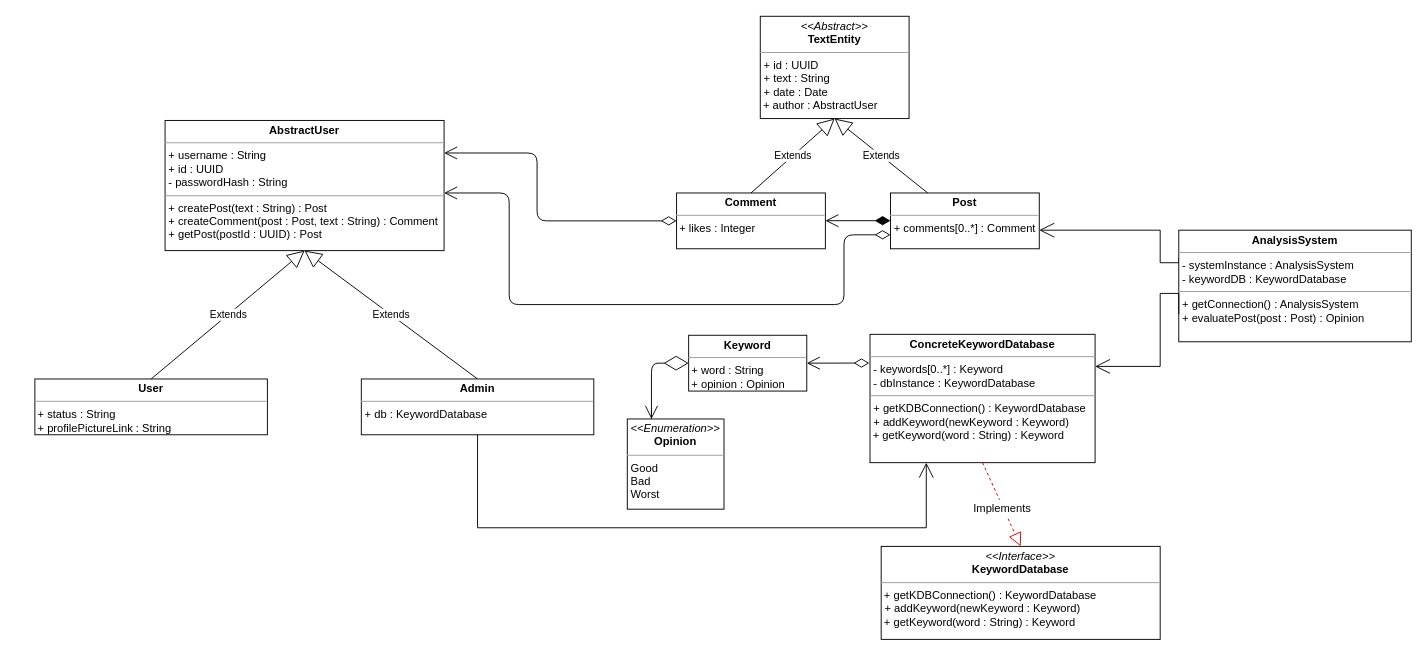
Above: assignment1/uml/assignment1.drawio in ar7ch/iu-ssad (draw.io), before the change. Source tidied: cells renumbered, new cells numbered last; positions are measured from the earlier drawing's top-left corner, leaving out a move shared by most shapes. Both pictures are drawn from the tidied source at 93%, with x=0, y=0 at pixel (34, 16).
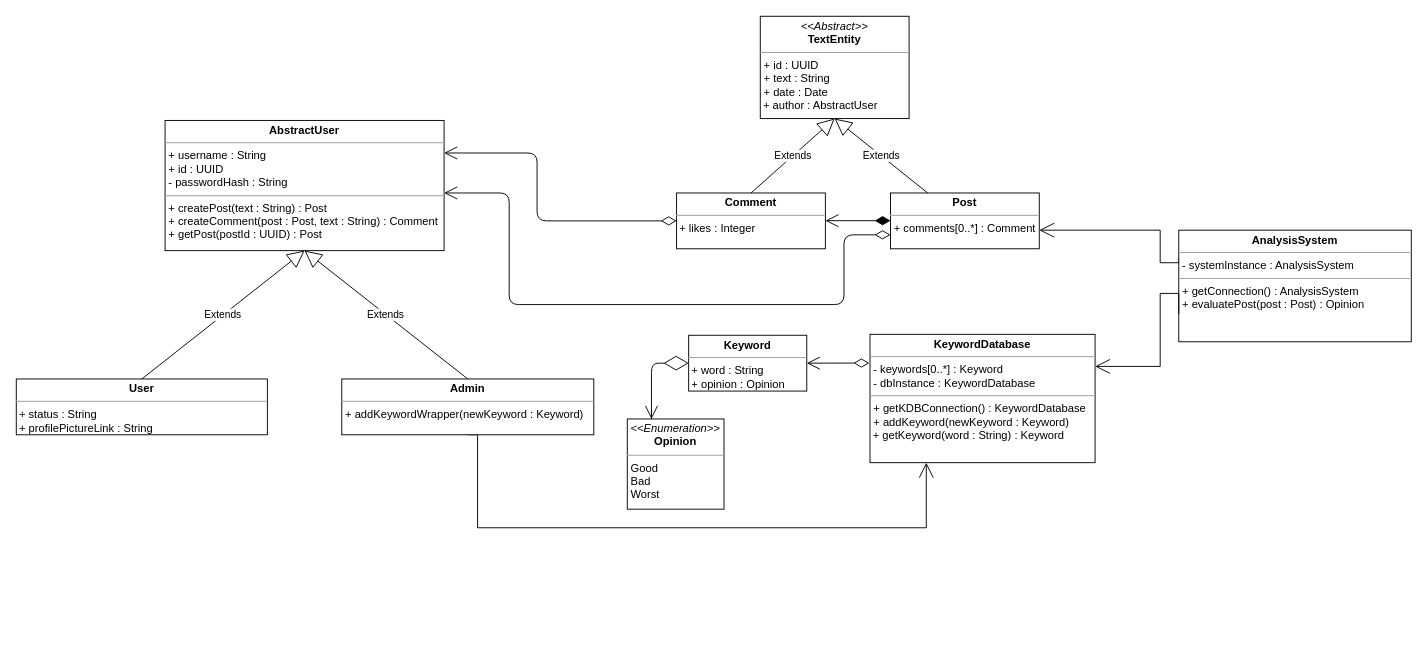
The same diagram, later.

Commit message (it also covers changes not shown here):
fix uml diagram

What changed in the source:
```diff
@@
     <mxCell id="4" value="&lt;p style=&quot;margin: 0px ; margin-top: 4px ; text-align: center&quot;&gt;&lt;b&gt;User&lt;/b&gt;&lt;/p&gt;&lt;hr size=&quot;1&quot;&gt;&lt;div&gt;&amp;nbsp;+ status : String&lt;/div&gt;&lt;div&gt;&amp;nbsp;+ profilePictureLink : String&lt;br&gt;&lt;/div&gt;&lt;p style=&quot;margin: 0px ; margin-left: 4px&quot;&gt;&lt;br&gt;&lt;/p&gt;" style="verticalAlign=top;align=left;overflow=fill;fontSize=12;fontFamily=Helvetica;html=1;hachureGap=4;" parent="1" vertex="1">
-      <mxGeometry y="390" width="250" height="60" as="geometry" />
+      <mxGeometry x="-20" y="390" width="270" height="60" as="geometry" />
     </mxCell>
-    <mxCell id="5" value="&lt;p style=&quot;margin: 0px ; margin-top: 4px ; text-align: center&quot;&gt;&lt;b&gt;ConcreteKeywordDatabase&lt;/b&gt;&lt;br&gt;&lt;/p&gt;&lt;hr size=&quot;1&quot;&gt;&lt;p style=&quot;margin: 0px ; margin-left: 4px&quot;&gt;- keywords[0..*] : Keyword&lt;br&gt;&lt;/p&gt;&lt;p style=&quot;margin: 0px ; margin-left: 4px&quot;&gt;- dbInstance : KeywordDatabase&lt;br&gt;&lt;/p&gt;&lt;hr size=&quot;1&quot;&gt;&lt;p style=&quot;margin: 0px ; margin-left: 4px&quot;&gt;+ getKDBConnection() : KeywordDatabase&lt;br&gt;&lt;/p&gt;&lt;p style=&quot;margin: 0px ; margin-left: 4px&quot;&gt;+ addKeyword(newKeyword : Keyword)&lt;/p&gt;&lt;div&gt;&amp;nbsp;+ getKeyword(word : String) : Keyword&lt;br&gt;&lt;/div&gt;" style="verticalAlign=top;align=left;overflow=fill;fontSize=12;fontFamily=Helvetica;html=1;hachureGap=4;" parent="1" vertex="1">
+    <mxCell id="5" value="&lt;p style=&quot;margin: 0px ; margin-top: 4px ; text-align: center&quot;&gt;&lt;b&gt;KeywordDatabase&lt;/b&gt;&lt;br&gt;&lt;/p&gt;&lt;hr size=&quot;1&quot;&gt;&lt;p style=&quot;margin: 0px ; margin-left: 4px&quot;&gt;- keywords[0..*] : Keyword&lt;br&gt;&lt;/p&gt;&lt;p style=&quot;margin: 0px ; margin-left: 4px&quot;&gt;- dbInstance : KeywordDatabase&lt;br&gt;&lt;/p&gt;&lt;hr size=&quot;1&quot;&gt;&lt;p style=&quot;margin: 0px ; margin-left: 4px&quot;&gt;+ getKDBConnection() : KeywordDatabase&lt;br&gt;&lt;/p&gt;&lt;p style=&quot;margin: 0px ; margin-left: 4px&quot;&gt;+ addKeyword(newKeyword : Keyword)&lt;/p&gt;&lt;div&gt;&amp;nbsp;+ getKeyword(word : String) : Keyword&lt;br&gt;&lt;/div&gt;" style="verticalAlign=top;align=left;overflow=fill;fontSize=12;fontFamily=Helvetica;html=1;hachureGap=4;" parent="1" vertex="1">
       <mxGeometry x="898" y="342" width="242" height="138" as="geometry" />
     </mxCell>
@@
-    <mxCell id="10" value="&lt;p style=&quot;margin: 0px ; margin-top: 4px ; text-align: center&quot;&gt;&lt;b&gt;AnalysisSystem&lt;/b&gt;&lt;/p&gt;&lt;hr size=&quot;1&quot;&gt;&lt;p style=&quot;margin: 0px ; margin-left: 4px&quot;&gt;- systemInstance : AnalysisSystem&lt;br&gt;- keywordDB : KeywordDatabase&lt;br&gt;&lt;/p&gt;&lt;hr size=&quot;1&quot;&gt;&lt;p style=&quot;margin: 0px ; margin-left: 4px&quot;&gt;+ getConnection() : AnalysisSystem&lt;br&gt;&lt;/p&gt;&lt;p style=&quot;margin: 0px ; margin-left: 4px&quot;&gt;+ evaluatePost(post : Post) : Opinion&lt;/p&gt;" style="verticalAlign=top;align=left;overflow=fill;fontSize=12;fontFamily=Helvetica;html=1;hachureGap=4;" parent="1" vertex="1">
+    <mxCell id="10" value="&lt;p style=&quot;margin: 0px ; margin-top: 4px ; text-align: center&quot;&gt;&lt;b&gt;AnalysisSystem&lt;/b&gt;&lt;/p&gt;&lt;hr size=&quot;1&quot;&gt;&lt;p style=&quot;margin: 0px ; margin-left: 4px&quot;&gt;- systemInstance : AnalysisSystem&lt;br&gt;&lt;/p&gt;&lt;hr size=&quot;1&quot;&gt;&lt;p style=&quot;margin: 0px ; margin-left: 4px&quot;&gt;+ getConnection() : AnalysisSystem&lt;br&gt;&lt;/p&gt;&lt;p style=&quot;margin: 0px ; margin-left: 4px&quot;&gt;+ evaluatePost(post : Post) : Opinion&lt;/p&gt;" style="verticalAlign=top;align=left;overflow=fill;fontSize=12;fontFamily=Helvetica;html=1;hachureGap=4;" parent="1" vertex="1">
       <mxGeometry x="1230" y="230" width="250" height="120" as="geometry" />
     </mxCell>
@@
-    <mxCell id="19" value="&lt;p style=&quot;margin: 0px ; margin-top: 4px ; text-align: center&quot;&gt;&lt;i&gt;&amp;lt;&amp;lt;Interface&amp;gt;&amp;gt;&lt;/i&gt;&lt;br&gt;&lt;b&gt;KeywordDatabase&lt;/b&gt;&lt;/p&gt;&lt;hr size=&quot;1&quot;&gt;&amp;nbsp;+ getKDBConnection() : KeywordDatabase&lt;br&gt;&lt;p style=&quot;margin: 0px ; margin-left: 4px&quot;&gt;+ addKeyword(newKeyword : Keyword)&lt;/p&gt;&amp;nbsp;+ getKeyword(word : String) : Keyword" style="verticalAlign=top;align=left;overflow=fill;fontSize=12;fontFamily=Helvetica;html=1;hachureGap=4;" parent="1" vertex="1">
-      <mxGeometry x="910" y="570" width="300" height="100" as="geometry" />
-    </mxCell>
-    <mxCell id="20" style="endArrow=block;dashed=1;endFill=0;endSize=12;html=1;sourcePerimeterSpacing=8;targetPerimeterSpacing=8;strokeColor=#CC0000;entryX=0.5;entryY=0;entryDx=0;entryDy=0;exitX=0.5;exitY=1;exitDx=0;exitDy=0;" parent="1" edge="1" source="5" target="19">
-      <mxGeometry relative="1" as="geometry" />
-    </mxCell>
@@
-    <mxCell id="25" value="&lt;p style=&quot;margin: 0px ; margin-top: 4px ; text-align: center&quot;&gt;&lt;b&gt;Admin&lt;/b&gt;&lt;/p&gt;&lt;hr size=&quot;1&quot;&gt;&lt;p style=&quot;margin: 0px ; margin-left: 4px&quot;&gt;+ db : KeywordDatabase&lt;/p&gt;" style="verticalAlign=top;align=left;overflow=fill;fontSize=12;fontFamily=Helvetica;html=1;" parent="1" vertex="1">
-      <mxGeometry x="351" y="390" width="250" height="60" as="geometry" />
+    <mxCell id="25" value="&lt;p style=&quot;margin: 0px ; margin-top: 4px ; text-align: center&quot;&gt;&lt;b&gt;Admin&lt;/b&gt;&lt;/p&gt;&lt;hr size=&quot;1&quot;&gt;&lt;p style=&quot;margin: 0px ; margin-left: 4px&quot;&gt;+ addKeywordWrapper(newKeyword : Keyword)&lt;br&gt;&lt;/p&gt;" style="verticalAlign=top;align=left;overflow=fill;fontSize=12;fontFamily=Helvetica;html=1;" parent="1" vertex="1">
+      <mxGeometry x="330" y="390" width="271" height="60" as="geometry" />
     </mxCell>
-    <mxCell id="26" value="Implements" style="text;html=1;align=center;verticalAlign=middle;strokeColor=none;fillColor=#FFFFFF;" parent="1" vertex="1">
-      <mxGeometry x="1000" y="520" width="80" height="20" as="geometry" />
-    </mxCell>
```
